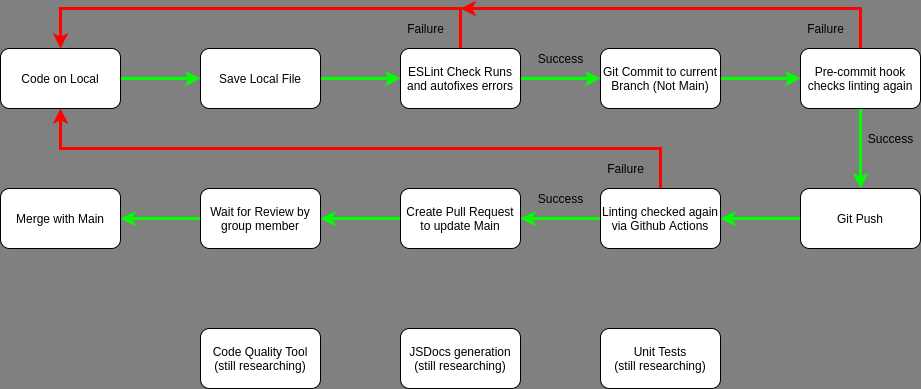
Earlier version of the draw.io export admin/cipipeline/phase1.drawio.png (cse110-sp21-group25/cse110-sp21-group25). Source tidied: cells renumbered, new cells last; positions are measured from the earlier drawing's top-left corner, leaving out a move shared by most shapes. Source of this version:
```xml
<mxGraphModel background="#808080">
  <root>
    <mxCell id="0" />
    <mxCell id="1" parent="0" />
    <mxCell id="2" style="edgeStyle=orthogonalEdgeStyle;rounded=0;jettySize=auto;html=1;exitX=1;exitY=0.5;exitDx=0;exitDy=0;entryX=0;entryY=0.5;entryDx=0;entryDy=0;jumpSize=6;targetPerimeterSpacing=0;strokeWidth=3;fillColor=#60a917;strokeColor=#00FF00;" parent="1" edge="1" source="3" target="5">
      <mxGeometry relative="1" as="geometry" />
    </mxCell>
    <mxCell id="3" value="Code on Local" style="rounded=1;whiteSpace=wrap;html=1;" parent="1" vertex="1">
      <mxGeometry y="40" width="120" height="60" as="geometry" />
    </mxCell>
    <mxCell id="4" style="edgeStyle=orthogonalEdgeStyle;rounded=0;jumpSize=6;jettySize=auto;html=1;targetPerimeterSpacing=0;strokeWidth=3;fillColor=#60a917;strokeColor=#00FF00;" parent="1" edge="1" source="5" target="8">
      <mxGeometry relative="1" as="geometry" />
    </mxCell>
    <mxCell id="5" value="Save Local File" style="rounded=1;whiteSpace=wrap;html=1;" parent="1" vertex="1">
      <mxGeometry x="200" y="40" width="120" height="60" as="geometry" />
    </mxCell>
    <mxCell id="6" style="edgeStyle=orthogonalEdgeStyle;rounded=0;jumpSize=6;jettySize=auto;html=1;targetPerimeterSpacing=0;strokeWidth=3;fillColor=#60a917;strokeColor=#00FF00;" parent="1" edge="1" source="8" target="10">
      <mxGeometry relative="1" as="geometry" />
    </mxCell>
    <mxCell id="7" style="edgeStyle=orthogonalEdgeStyle;rounded=0;jumpSize=6;jettySize=auto;html=1;exitX=0.5;exitY=0;exitDx=0;exitDy=0;entryX=0.5;entryY=0;entryDx=0;entryDy=0;targetPerimeterSpacing=0;strokeWidth=3;fillColor=#a20025;strokeColor=#FF0000;" parent="1" edge="1" source="8" target="3">
      <mxGeometry relative="1" as="geometry">
        <Array as="points">
          <mxPoint x="460" />
          <mxPoint x="60" />
        </Array>
      </mxGeometry>
    </mxCell>
    <mxCell id="8" value="ESLint Check Runs and autofixes errors" style="rounded=1;whiteSpace=wrap;html=1;" parent="1" vertex="1">
      <mxGeometry x="400" y="40" width="120" height="60" as="geometry" />
    </mxCell>
    <mxCell id="9" style="edgeStyle=orthogonalEdgeStyle;rounded=0;jumpSize=6;jettySize=auto;html=1;targetPerimeterSpacing=0;strokeColor=#00FF00;strokeWidth=3;" parent="1" edge="1" source="10" target="15">
      <mxGeometry relative="1" as="geometry" />
    </mxCell>
    <mxCell id="10" value="Git Commit to current Branch (Not Main)" style="rounded=1;whiteSpace=wrap;html=1;" parent="1" vertex="1">
      <mxGeometry x="600" y="40" width="120" height="60" as="geometry" />
    </mxCell>
    <mxCell id="11" value="Success" style="text;html=1;align=center;verticalAlign=middle;" parent="1" vertex="1">
      <mxGeometry x="530" y="40" width="60" height="20" as="geometry" />
    </mxCell>
    <mxCell id="12" value="Failure" style="text;html=1;align=center;verticalAlign=middle;" parent="1" vertex="1">
      <mxGeometry x="400" y="10" width="50" height="20" as="geometry" />
    </mxCell>
    <mxCell id="13" style="edgeStyle=orthogonalEdgeStyle;rounded=0;jumpSize=6;jettySize=auto;html=1;targetPerimeterSpacing=0;strokeColor=#00FF00;strokeWidth=3;" parent="1" edge="1" source="15" target="17">
      <mxGeometry relative="1" as="geometry" />
    </mxCell>
    <mxCell id="14" style="edgeStyle=orthogonalEdgeStyle;rounded=0;jumpSize=6;jettySize=auto;html=1;exitX=0.5;exitY=0;exitDx=0;exitDy=0;targetPerimeterSpacing=0;strokeColor=#FF0000;strokeWidth=3;" parent="1" edge="1" source="15">
      <mxGeometry relative="1" as="geometry">
        <mxPoint x="460" as="targetPoint" />
        <Array as="points">
          <mxPoint x="860" />
        </Array>
      </mxGeometry>
    </mxCell>
    <mxCell id="15" value="Pre-commit hook checks linting again" style="rounded=1;whiteSpace=wrap;html=1;" parent="1" vertex="1">
      <mxGeometry x="800" y="40" width="120" height="60" as="geometry" />
    </mxCell>
    <mxCell id="16" style="edgeStyle=orthogonalEdgeStyle;rounded=0;jumpSize=6;jettySize=auto;html=1;targetPerimeterSpacing=0;strokeColor=#00FF00;strokeWidth=3;" parent="1" edge="1" source="17" target="28">
      <mxGeometry relative="1" as="geometry" />
    </mxCell>
    <mxCell id="17" value="Git Push" style="rounded=1;whiteSpace=wrap;html=1;" parent="1" vertex="1">
      <mxGeometry x="800" y="180" width="120" height="60" as="geometry" />
    </mxCell>
    <mxCell id="18" value="Success" style="text;html=1;align=center;verticalAlign=middle;" parent="1" vertex="1">
      <mxGeometry x="860" y="120" width="60" height="20" as="geometry" />
    </mxCell>
    <mxCell id="19" style="edgeStyle=orthogonalEdgeStyle;rounded=0;jumpSize=6;jettySize=auto;html=1;targetPerimeterSpacing=0;strokeColor=#00FF00;strokeWidth=3;" parent="1" edge="1" source="20" target="24">
      <mxGeometry relative="1" as="geometry" />
    </mxCell>
    <mxCell id="20" value="Create Pull Request to update Main" style="rounded=1;whiteSpace=wrap;html=1;" parent="1" vertex="1">
      <mxGeometry x="400" y="180" width="120" height="60" as="geometry" />
    </mxCell>
    <mxCell id="21" style="edgeStyle=orthogonalEdgeStyle;rounded=0;jumpSize=6;jettySize=auto;html=1;exitX=0.5;exitY=0;exitDx=0;exitDy=0;entryX=0.5;entryY=1;entryDx=0;entryDy=0;targetPerimeterSpacing=0;strokeWidth=3;strokeColor=#FF0000;" parent="1" edge="1" source="28" target="3">
      <mxGeometry relative="1" as="geometry" />
    </mxCell>
    <mxCell id="22" value="Failure" style="text;html=1;align=center;verticalAlign=middle;" parent="1" vertex="1">
      <mxGeometry x="600" y="150" width="50" height="20" as="geometry" />
    </mxCell>
    <mxCell id="23" style="edgeStyle=orthogonalEdgeStyle;rounded=0;jumpSize=6;jettySize=auto;html=1;targetPerimeterSpacing=0;strokeColor=#00FF00;strokeWidth=3;" parent="1" edge="1" source="24" target="25">
      <mxGeometry relative="1" as="geometry" />
    </mxCell>
    <mxCell id="24" value="Wait for Review by group member" style="rounded=1;whiteSpace=wrap;html=1;" parent="1" vertex="1">
      <mxGeometry x="200" y="180" width="120" height="60" as="geometry" />
    </mxCell>
    <mxCell id="25" value="Merge with Main" style="rounded=1;whiteSpace=wrap;html=1;" parent="1" vertex="1">
      <mxGeometry y="180" width="120" height="60" as="geometry" />
    </mxCell>
    <mxCell id="26" value="Failure" style="text;html=1;align=center;verticalAlign=middle;" parent="1" vertex="1">
      <mxGeometry x="800" y="10" width="50" height="20" as="geometry" />
    </mxCell>
    <mxCell id="27" style="edgeStyle=orthogonalEdgeStyle;rounded=0;jumpSize=6;jettySize=auto;html=1;targetPerimeterSpacing=0;strokeColor=#00FF00;strokeWidth=3;" parent="1" edge="1" source="28" target="20">
      <mxGeometry relative="1" as="geometry" />
    </mxCell>
    <mxCell id="28" value="Linting checked again via Github Actions" style="rounded=1;whiteSpace=wrap;html=1;" parent="1" vertex="1">
      <mxGeometry x="600" y="180" width="120" height="60" as="geometry" />
    </mxCell>
    <mxCell id="29" value="Success" style="text;html=1;align=center;verticalAlign=middle;" parent="1" vertex="1">
      <mxGeometry x="530" y="180" width="60" height="20" as="geometry" />
    </mxCell>
    <mxCell id="30" value="Code Quality Tool&lt;br&gt;(still researching)" style="rounded=1;whiteSpace=wrap;html=1;" parent="1" vertex="1">
      <mxGeometry x="200" y="320" width="120" height="60" as="geometry" />
    </mxCell>
    <mxCell id="31" value="JSDocs generation&lt;br&gt;(still researching)" style="rounded=1;whiteSpace=wrap;html=1;" parent="1" vertex="1">
      <mxGeometry x="400" y="320" width="120" height="60" as="geometry" />
    </mxCell>
    <mxCell id="32" value="Unit Tests&lt;br&gt;(still researching)" style="rounded=1;whiteSpace=wrap;html=1;" parent="1" vertex="1">
      <mxGeometry x="600" y="320" width="120" height="60" as="geometry" />
    </mxCell>
  </root>
</mxGraphModel>
```
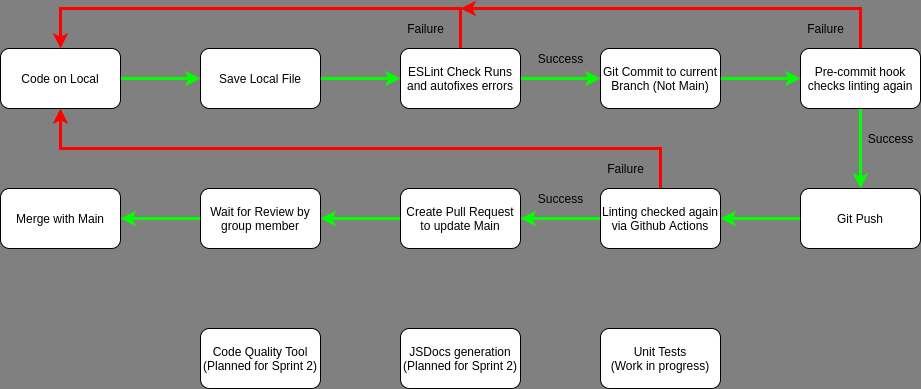
Later version of the same file.

Commit message:
Added update to phase1 diagram

Change to the diagram source:
```diff
@@ -96,13 +96,13 @@
     <mxCell id="29" value="Success" style="text;html=1;align=center;verticalAlign=middle;" parent="1" vertex="1">
       <mxGeometry x="530" y="180" width="60" height="20" as="geometry" />
     </mxCell>
-    <mxCell id="30" value="Code Quality Tool&lt;br&gt;(still researching)" style="rounded=1;whiteSpace=wrap;html=1;" parent="1" vertex="1">
+    <mxCell id="30" value="Code Quality Tool&lt;br&gt;(Planned for Sprint 2)" style="rounded=1;whiteSpace=wrap;html=1;" parent="1" vertex="1">
       <mxGeometry x="200" y="320" width="120" height="60" as="geometry" />
     </mxCell>
-    <mxCell id="31" value="JSDocs generation&lt;br&gt;(still researching)" style="rounded=1;whiteSpace=wrap;html=1;" parent="1" vertex="1">
+    <mxCell id="31" value="JSDocs generation&lt;br&gt;(Planned for Sprint 2)" style="rounded=1;whiteSpace=wrap;html=1;" parent="1" vertex="1">
       <mxGeometry x="400" y="320" width="120" height="60" as="geometry" />
     </mxCell>
-    <mxCell id="32" value="Unit Tests&lt;br&gt;(still researching)" style="rounded=1;whiteSpace=wrap;html=1;" parent="1" vertex="1">
+    <mxCell id="32" value="Unit Tests&lt;br&gt;(Work in progress)" style="rounded=1;whiteSpace=wrap;html=1;" parent="1" vertex="1">
       <mxGeometry x="600" y="320" width="120" height="60" as="geometry" />
     </mxCell>
   </root>
```
